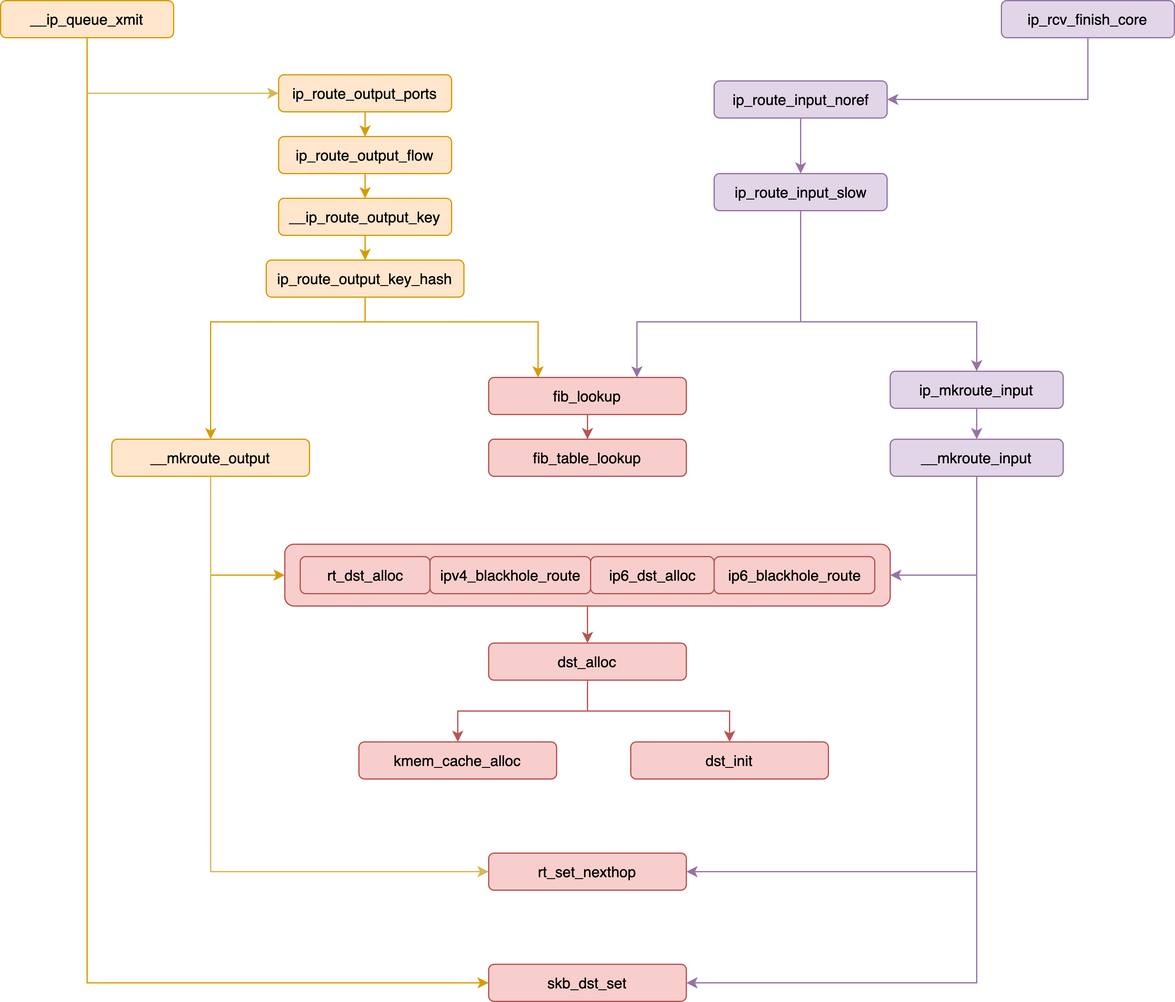
Earlier version of the draw.io export Images/Kernel/net-route.png (jemmy512/book-notes). Source tidied: cells renumbered, new cells last; positions are measured from the earlier drawing's top-left corner, leaving out a move shared by most shapes. The source it was exported from:
```xml
<mxGraphModel>
  <root>
    <mxCell id="0" />
    <mxCell id="1" parent="0" />
    <mxCell id="2" style="edgeStyle=orthogonalEdgeStyle;rounded=0;jettySize=auto;html=1;fillColor=#f8cecc;strokeColor=#b85450;" parent="1" edge="1" source="3" target="22">
      <mxGeometry relative="1" as="geometry" />
    </mxCell>
    <mxCell id="3" style="rounded=1;whiteSpace=wrap;html=1;fillColor=#f8cecc;strokeColor=#b85450;" parent="1" vertex="1">
      <mxGeometry x="230" y="440" width="490" height="50" as="geometry" />
    </mxCell>
    <mxCell id="4" style="edgeStyle=orthogonalEdgeStyle;rounded=0;jettySize=auto;html=1;entryX=0.5;entryY=0;entryDx=0;entryDy=0;fillColor=#ffe6cc;strokeColor=#d79b00;" parent="1" edge="1" source="5" target="7">
      <mxGeometry relative="1" as="geometry" />
    </mxCell>
    <mxCell id="5" value="ip_route_output_ports" style="rounded=1;whiteSpace=wrap;html=1;fillColor=#ffe6cc;strokeColor=#d79b00;" parent="1" vertex="1">
      <mxGeometry x="225" y="60" width="140" height="30" as="geometry" />
    </mxCell>
    <mxCell id="6" style="edgeStyle=orthogonalEdgeStyle;rounded=0;jettySize=auto;html=1;fillColor=#ffe6cc;strokeColor=#d79b00;" parent="1" edge="1" source="7" target="9">
      <mxGeometry relative="1" as="geometry" />
    </mxCell>
    <mxCell id="7" value="ip_route_output_flow" style="rounded=1;whiteSpace=wrap;html=1;fillColor=#ffe6cc;strokeColor=#d79b00;" parent="1" vertex="1">
      <mxGeometry x="225" y="110" width="140" height="30" as="geometry" />
    </mxCell>
    <mxCell id="8" style="edgeStyle=orthogonalEdgeStyle;rounded=0;jettySize=auto;html=1;fillColor=#ffe6cc;strokeColor=#d79b00;" parent="1" edge="1" source="9" target="12">
      <mxGeometry relative="1" as="geometry" />
    </mxCell>
    <mxCell id="9" value="__ip_route_output_key" style="rounded=1;whiteSpace=wrap;html=1;fillColor=#ffe6cc;strokeColor=#d79b00;" parent="1" vertex="1">
      <mxGeometry x="225" y="160" width="140" height="30" as="geometry" />
    </mxCell>
    <mxCell id="10" style="edgeStyle=orthogonalEdgeStyle;rounded=0;jettySize=auto;html=1;entryX=0.25;entryY=0;entryDx=0;entryDy=0;exitX=0.5;exitY=1;exitDx=0;exitDy=0;fillColor=#ffe6cc;strokeColor=#d79b00;" parent="1" edge="1" source="12" target="14">
      <mxGeometry relative="1" as="geometry">
        <Array as="points">
          <mxPoint x="295" y="260" />
          <mxPoint x="435" y="260" />
        </Array>
      </mxGeometry>
    </mxCell>
    <mxCell id="11" style="edgeStyle=orthogonalEdgeStyle;rounded=0;jettySize=auto;html=1;entryX=0.5;entryY=0;entryDx=0;entryDy=0;fillColor=#ffe6cc;strokeColor=#d79b00;" parent="1" edge="1" source="12" target="17">
      <mxGeometry relative="1" as="geometry">
        <Array as="points">
          <mxPoint x="295" y="260" />
          <mxPoint x="170" y="260" />
        </Array>
      </mxGeometry>
    </mxCell>
    <mxCell id="12" value="ip_route_output_key_hash" style="rounded=1;whiteSpace=wrap;html=1;fillColor=#ffe6cc;strokeColor=#d79b00;" parent="1" vertex="1">
      <mxGeometry x="215" y="210" width="160" height="30" as="geometry" />
    </mxCell>
    <mxCell id="13" style="edgeStyle=orthogonalEdgeStyle;rounded=0;jettySize=auto;html=1;fillColor=#f8cecc;strokeColor=#b85450;" parent="1" edge="1" source="14" target="18">
      <mxGeometry relative="1" as="geometry" />
    </mxCell>
    <mxCell id="14" value="fib_lookup" style="rounded=1;whiteSpace=wrap;html=1;fillColor=#f8cecc;strokeColor=#b85450;" parent="1" vertex="1">
      <mxGeometry x="395" y="305" width="160" height="30" as="geometry" />
    </mxCell>
    <mxCell id="15" style="edgeStyle=orthogonalEdgeStyle;rounded=0;jettySize=auto;html=1;entryX=0;entryY=0.5;entryDx=0;entryDy=0;fillColor=#ffe6cc;strokeColor=#d79b00;" parent="1" edge="1" source="17" target="3">
      <mxGeometry relative="1" as="geometry">
        <Array as="points">
          <mxPoint x="170" y="465" />
        </Array>
      </mxGeometry>
    </mxCell>
    <mxCell id="16" style="edgeStyle=orthogonalEdgeStyle;rounded=0;jettySize=auto;html=1;entryX=0;entryY=0.5;entryDx=0;entryDy=0;fillColor=#fff2cc;strokeColor=#d6b656;" parent="1" edge="1" source="17" target="39">
      <mxGeometry relative="1" as="geometry">
        <Array as="points">
          <mxPoint x="170" y="705" />
        </Array>
      </mxGeometry>
    </mxCell>
    <mxCell id="17" value="__mkroute_output" style="rounded=1;whiteSpace=wrap;html=1;fillColor=#ffe6cc;strokeColor=#d79b00;" parent="1" vertex="1">
      <mxGeometry x="90" y="355" width="160" height="30" as="geometry" />
    </mxCell>
    <mxCell id="18" value="fib_table_lookup" style="rounded=1;whiteSpace=wrap;html=1;fillColor=#f8cecc;strokeColor=#b85450;" parent="1" vertex="1">
      <mxGeometry x="395" y="355" width="160" height="30" as="geometry" />
    </mxCell>
    <mxCell id="19" value="rt_dst_alloc" style="rounded=1;whiteSpace=wrap;html=1;fillColor=#f8cecc;strokeColor=#b85450;" parent="1" vertex="1">
      <mxGeometry x="242.5" y="450" width="105" height="30" as="geometry" />
    </mxCell>
    <mxCell id="20" style="edgeStyle=orthogonalEdgeStyle;rounded=0;jettySize=auto;html=1;entryX=0.5;entryY=0;entryDx=0;entryDy=0;fillColor=#f8cecc;strokeColor=#b85450;" parent="1" edge="1" source="22" target="23">
      <mxGeometry relative="1" as="geometry" />
    </mxCell>
    <mxCell id="21" style="edgeStyle=orthogonalEdgeStyle;rounded=0;jettySize=auto;html=1;fillColor=#f8cecc;strokeColor=#b85450;" parent="1" edge="1" source="22" target="24">
      <mxGeometry relative="1" as="geometry" />
    </mxCell>
    <mxCell id="22" value="dst_alloc" style="rounded=1;whiteSpace=wrap;html=1;fillColor=#f8cecc;strokeColor=#b85450;" parent="1" vertex="1">
      <mxGeometry x="395" y="520" width="160" height="30" as="geometry" />
    </mxCell>
    <mxCell id="23" value="kmem_cache_alloc" style="rounded=1;whiteSpace=wrap;html=1;fillColor=#f8cecc;strokeColor=#b85450;" parent="1" vertex="1">
      <mxGeometry x="290" y="600" width="160" height="30" as="geometry" />
    </mxCell>
    <mxCell id="24" value="dst_init" style="rounded=1;whiteSpace=wrap;html=1;fillColor=#f8cecc;strokeColor=#b85450;" parent="1" vertex="1">
      <mxGeometry x="510" y="600" width="160" height="30" as="geometry" />
    </mxCell>
    <mxCell id="25" style="edgeStyle=orthogonalEdgeStyle;rounded=0;jettySize=auto;html=1;fillColor=#e1d5e7;strokeColor=#9673a6;" parent="1" edge="1" source="26" target="29">
      <mxGeometry relative="1" as="geometry" />
    </mxCell>
    <mxCell id="26" value="ip_route_input_noref" style="rounded=1;whiteSpace=wrap;html=1;fillColor=#e1d5e7;strokeColor=#9673a6;" parent="1" vertex="1">
      <mxGeometry x="577.5" y="65" width="140" height="30" as="geometry" />
    </mxCell>
    <mxCell id="27" style="edgeStyle=orthogonalEdgeStyle;rounded=0;jettySize=auto;html=1;entryX=0.75;entryY=0;entryDx=0;entryDy=0;exitX=0.5;exitY=1;exitDx=0;exitDy=0;fillColor=#e1d5e7;strokeColor=#9673a6;" parent="1" edge="1" source="29" target="14">
      <mxGeometry relative="1" as="geometry">
        <Array as="points">
          <mxPoint x="648" y="260" />
          <mxPoint x="515" y="260" />
        </Array>
      </mxGeometry>
    </mxCell>
    <mxCell id="28" style="edgeStyle=orthogonalEdgeStyle;rounded=0;jettySize=auto;html=1;entryX=0.5;entryY=0;entryDx=0;entryDy=0;fillColor=#e1d5e7;strokeColor=#9673a6;" parent="1" edge="1" source="29" target="31">
      <mxGeometry relative="1" as="geometry">
        <Array as="points">
          <mxPoint x="648" y="260" />
          <mxPoint x="790" y="260" />
        </Array>
      </mxGeometry>
    </mxCell>
    <mxCell id="29" value="ip_route_input_slow" style="rounded=1;whiteSpace=wrap;html=1;fillColor=#e1d5e7;strokeColor=#9673a6;" parent="1" vertex="1">
      <mxGeometry x="577.5" y="140" width="140" height="30" as="geometry" />
    </mxCell>
    <mxCell id="30" style="edgeStyle=orthogonalEdgeStyle;rounded=0;jettySize=auto;html=1;fillColor=#e1d5e7;strokeColor=#9673a6;" parent="1" edge="1" source="31" target="35">
      <mxGeometry relative="1" as="geometry" />
    </mxCell>
    <mxCell id="31" value="ip_mkroute_input" style="rounded=1;whiteSpace=wrap;html=1;fillColor=#e1d5e7;strokeColor=#9673a6;" parent="1" vertex="1">
      <mxGeometry x="720" y="300" width="140" height="30" as="geometry" />
    </mxCell>
    <mxCell id="32" style="edgeStyle=orthogonalEdgeStyle;rounded=0;jettySize=auto;html=1;exitX=0.5;exitY=1;exitDx=0;exitDy=0;entryX=1;entryY=0.5;entryDx=0;entryDy=0;fillColor=#e1d5e7;strokeColor=#9673a6;" parent="1" edge="1" source="35" target="3">
      <mxGeometry relative="1" as="geometry">
        <Array as="points">
          <mxPoint x="790" y="465" />
        </Array>
      </mxGeometry>
    </mxCell>
    <mxCell id="33" style="edgeStyle=orthogonalEdgeStyle;rounded=0;jettySize=auto;html=1;entryX=1;entryY=0.5;entryDx=0;entryDy=0;fillColor=#e1d5e7;strokeColor=#9673a6;" parent="1" edge="1" source="35" target="39">
      <mxGeometry relative="1" as="geometry">
        <Array as="points">
          <mxPoint x="790" y="705" />
        </Array>
      </mxGeometry>
    </mxCell>
    <mxCell id="34" style="edgeStyle=orthogonalEdgeStyle;rounded=0;jettySize=auto;html=1;entryX=1;entryY=0.5;entryDx=0;entryDy=0;fillColor=#e1d5e7;strokeColor=#9673a6;" parent="1" edge="1" source="35" target="40">
      <mxGeometry relative="1" as="geometry">
        <Array as="points">
          <mxPoint x="790" y="795" />
        </Array>
      </mxGeometry>
    </mxCell>
    <mxCell id="35" value="__mkroute_input" style="rounded=1;whiteSpace=wrap;html=1;fillColor=#e1d5e7;strokeColor=#9673a6;" parent="1" vertex="1">
      <mxGeometry x="720" y="355" width="140" height="30" as="geometry" />
    </mxCell>
    <mxCell id="36" value="ip6_dst_alloc" style="rounded=1;whiteSpace=wrap;html=1;fillColor=#f8cecc;strokeColor=#b85450;" parent="1" vertex="1">
      <mxGeometry x="477.5" y="450" width="100" height="30" as="geometry" />
    </mxCell>
    <mxCell id="37" value="ip6_blackhole_route" style="rounded=1;whiteSpace=wrap;html=1;fillColor=#f8cecc;strokeColor=#b85450;" parent="1" vertex="1">
      <mxGeometry x="577.5" y="450" width="130" height="30" as="geometry" />
    </mxCell>
    <mxCell id="38" value="ipv4_blackhole_route" style="rounded=1;whiteSpace=wrap;html=1;fillColor=#f8cecc;strokeColor=#b85450;" parent="1" vertex="1">
      <mxGeometry x="347.5" y="450" width="130" height="30" as="geometry" />
    </mxCell>
    <mxCell id="39" value="rt_set_nexthop" style="rounded=1;whiteSpace=wrap;html=1;fillColor=#f8cecc;strokeColor=#b85450;" parent="1" vertex="1">
      <mxGeometry x="395" y="690" width="160" height="30" as="geometry" />
    </mxCell>
    <mxCell id="40" value="skb_dst_set" style="rounded=1;whiteSpace=wrap;html=1;fillColor=#f8cecc;strokeColor=#b85450;" parent="1" vertex="1">
      <mxGeometry x="395" y="780" width="160" height="30" as="geometry" />
    </mxCell>
    <mxCell id="41" style="edgeStyle=orthogonalEdgeStyle;rounded=0;jettySize=auto;html=1;fillColor=#fff2cc;strokeColor=#d6b656;" parent="1" edge="1" source="43" target="5">
      <mxGeometry relative="1" as="geometry">
        <Array as="points">
          <mxPoint x="70" y="75" />
        </Array>
      </mxGeometry>
    </mxCell>
    <mxCell id="42" style="edgeStyle=orthogonalEdgeStyle;rounded=0;jettySize=auto;html=1;entryX=0;entryY=0.5;entryDx=0;entryDy=0;fillColor=#ffe6cc;strokeColor=#d79b00;" parent="1" edge="1" source="43" target="40">
      <mxGeometry relative="1" as="geometry">
        <Array as="points">
          <mxPoint x="70" y="795" />
        </Array>
      </mxGeometry>
    </mxCell>
    <mxCell id="43" value="__ip_queue_xmit" style="rounded=1;whiteSpace=wrap;html=1;fillColor=#ffe6cc;strokeColor=#d79b00;" parent="1" vertex="1">
      <mxGeometry width="140" height="30" as="geometry" />
    </mxCell>
    <mxCell id="44" style="edgeStyle=orthogonalEdgeStyle;rounded=0;jettySize=auto;html=1;entryX=1;entryY=0.5;entryDx=0;entryDy=0;fillColor=#e1d5e7;strokeColor=#9673a6;" parent="1" edge="1" source="45" target="26">
      <mxGeometry relative="1" as="geometry">
        <Array as="points">
          <mxPoint x="880" y="80" />
        </Array>
      </mxGeometry>
    </mxCell>
    <mxCell id="45" value="ip_rcv_finish_core" style="rounded=1;whiteSpace=wrap;html=1;fillColor=#e1d5e7;strokeColor=#9673a6;" parent="1" vertex="1">
      <mxGeometry x="810" width="140" height="30" as="geometry" />
    </mxCell>
  </root>
</mxGraphModel>
```
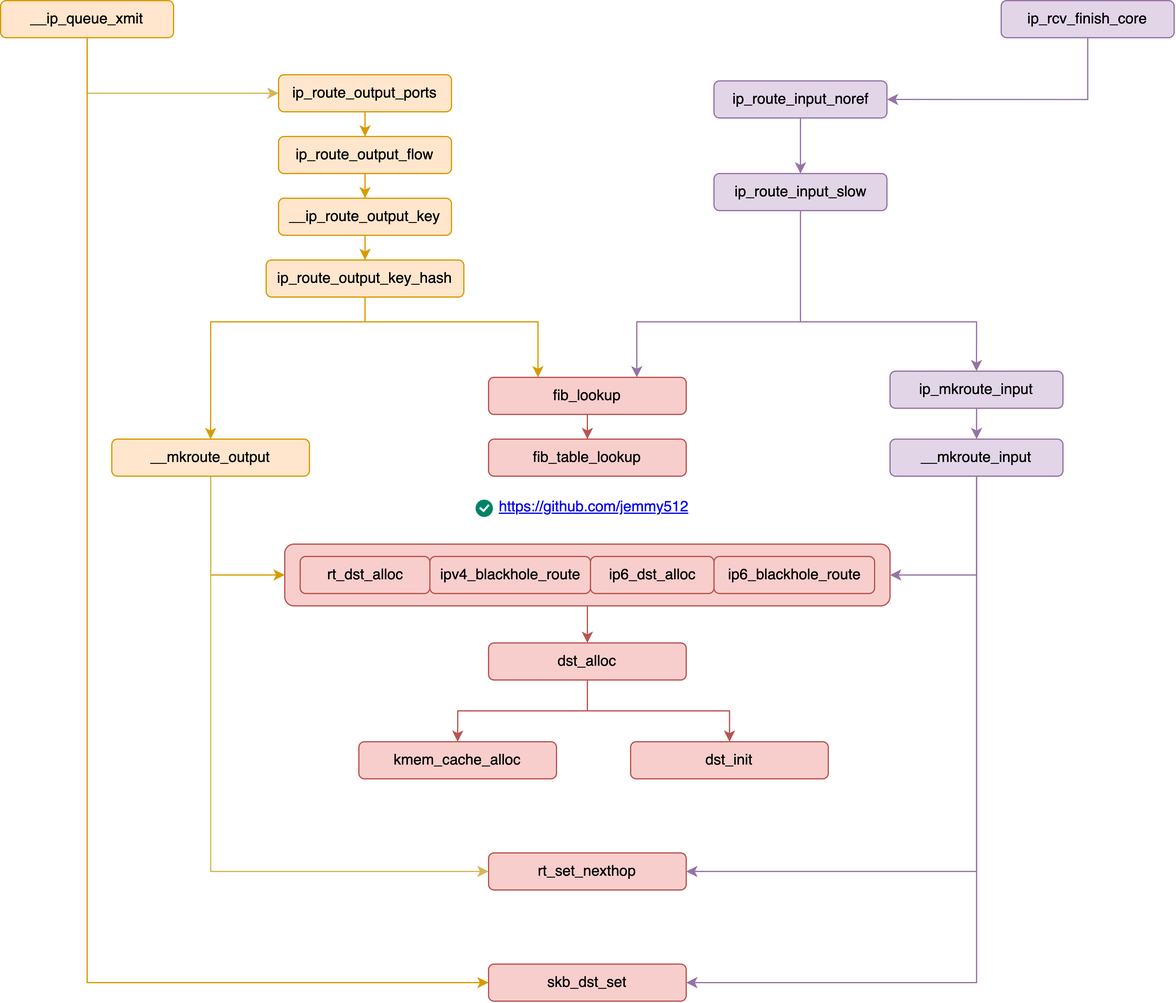
The same diagram one commit later.

Diff of the diagram source:
```diff
@@ -186,5 +186,11 @@
     <mxCell id="45" value="ip_rcv_finish_core" style="rounded=1;whiteSpace=wrap;html=1;fillColor=#e1d5e7;strokeColor=#9673a6;" parent="1" vertex="1">
       <mxGeometry x="810" width="140" height="30" as="geometry" />
     </mxCell>
+    <mxCell id="46" style="html=1;shadow=0;dashed=0;shape=mxgraph.atlassian.checkbox;fillColor=#008465;strokeColor=none;html=1;sketch=0;" parent="1" vertex="1">
+      <mxGeometry x="384.5" y="404" width="14" height="14" as="geometry" />
+    </mxCell>
+    <mxCell id="47" value="https://github.com/jemmy512" style="text;html=1;strokeColor=none;fillColor=none;whiteSpace=wrap;align=center;verticalAlign=middle;fontColor=#0000EE;fontStyle=4;" parent="1" vertex="1">
+      <mxGeometry x="394.6" y="390" width="170.9" height="40" as="geometry" />
+    </mxCell>
   </root>
 </mxGraphModel>
```
